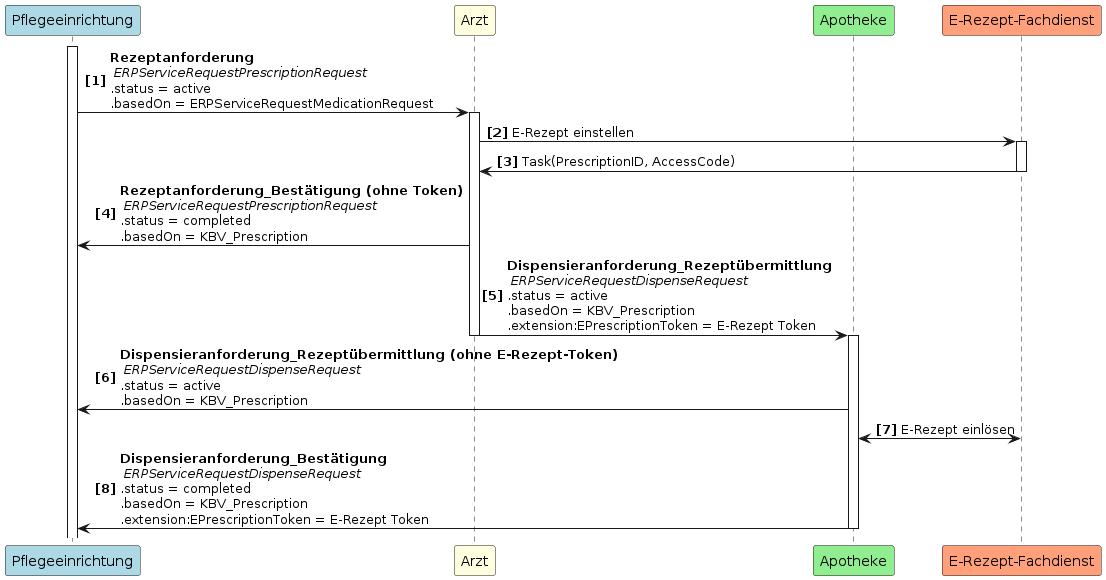
Before: guides/ig-rezeptanforderung/images/puml_images/UC2.png, a diagram exported from PlantUML (gematik/spec-E-Rezept-ServiceRequest).
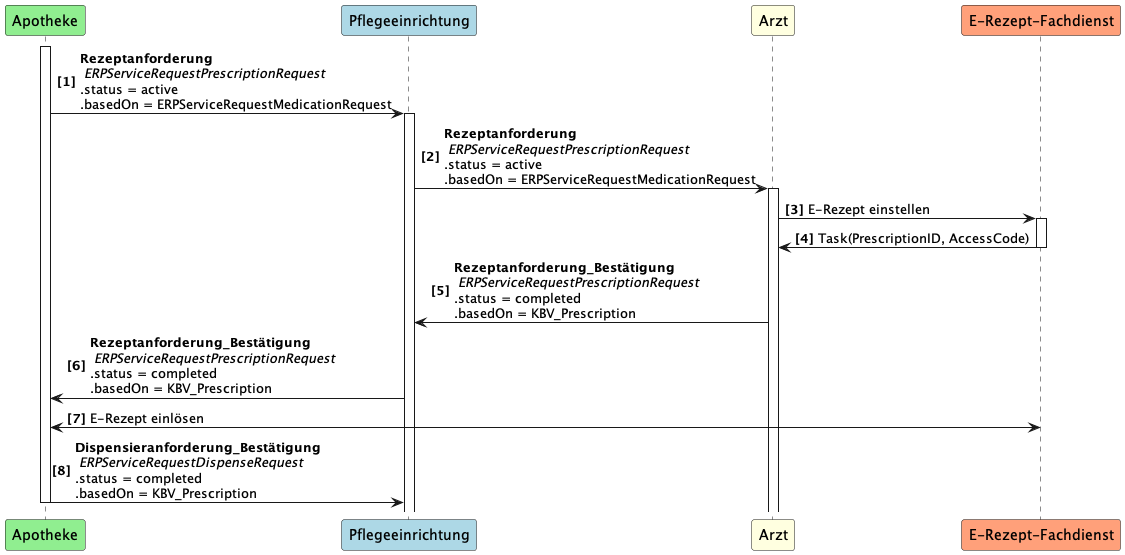
Later version of the same file.

Commit message:
Redo Usecase Rezeptanforderung to meet crteria

What changed in the source:
```diff
@@ -1,17 +1,19 @@
 @startuml UC2
 autonumber "<b>[0]"
+participant Apotheke as AP #LightGreen
 participant Pflegeeinrichtung as PE #LightBlue
 participant Arzt as A #LightYellow
-participant Apotheke as AP #LightGreen
 participant "E-Rezept-Fachdienst" as FD #LightSalmon
 
-activate PE
+Activate AP
+AP -> PE++: <b>Rezeptanforderung\n <i>ERPServiceRequestPrescriptionRequest  \n.status = active \n.basedOn = ERPServiceRequestMedicationRequest
 PE -> A++: <b>Rezeptanforderung\n <i>ERPServiceRequestPrescriptionRequest  \n.status = active \n.basedOn = ERPServiceRequestMedicationRequest
 A -> FD++: E-Rezept einstellen
 FD -> A--: Task(PrescriptionID, AccessCode)
-A -> PE: <b>Rezeptanforderung_Bestätigung (ohne Token)\n <i>ERPServiceRequestPrescriptionRequest  \n.status = completed \n.basedOn = KBV_Prescription
-A -> AP--++: <b>Dispensieranforderung_Rezeptübermittlung\n <i>ERPServiceRequestDispenseRequest  \n.status = active \n.basedOn = KBV_Prescription \n.extension:EPrescriptionToken = E-Rezept Token
-AP -> PE: <b>Dispensieranforderung_Rezeptübermittlung (ohne E-Rezept-Token)\n <i>ERPServiceRequestDispenseRequest  \n.status = active \n.basedOn = KBV_Prescription
+A -> PE: <b>Rezeptanforderung_Bestätigung\n <i>ERPServiceRequestPrescriptionRequest  \n.status = completed \n.basedOn = KBV_Prescription
+PE -> AP: <b>Rezeptanforderung_Bestätigung\n <i>ERPServiceRequestPrescriptionRequest  \n.status = completed \n.basedOn = KBV_Prescription
+
+
 AP <-> FD: E-Rezept einlösen
-AP -> PE--: <b>Dispensieranforderung_Bestätigung\n <i>ERPServiceRequestDispenseRequest  \n.status = completed \n.basedOn = KBV_Prescription \n.extension:EPrescriptionToken = E-Rezept Token
+AP -> PE--: <b>Dispensieranforderung_Bestätigung\n <i>ERPServiceRequestDispenseRequest  \n.status = completed \n.basedOn = KBV_Prescription
 @enduml
```
